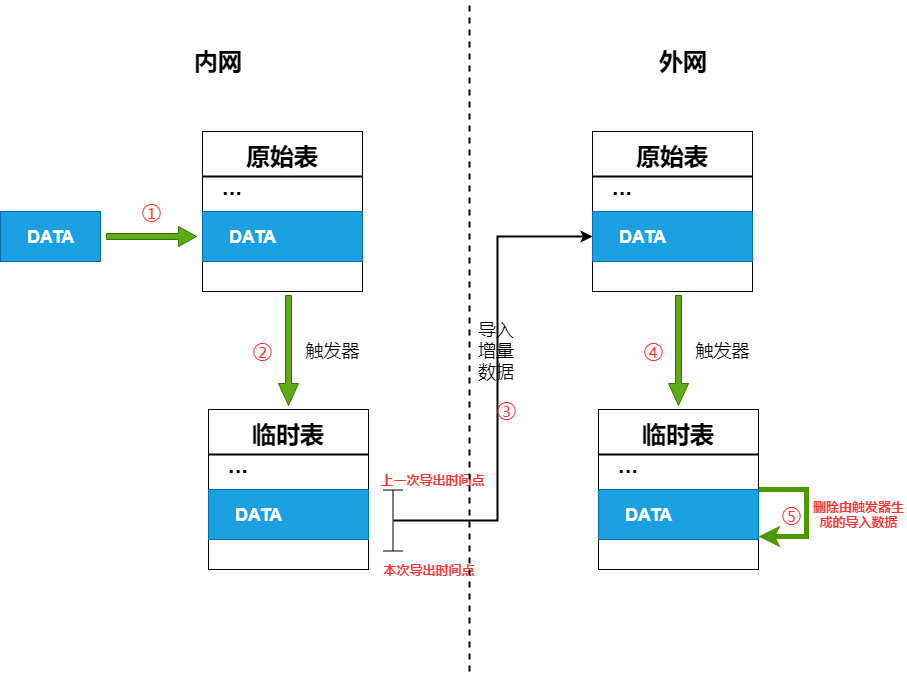
This is image/transfer/transfer-flow.png from marga8080/httpdoc, a draw.io export, as it was before one commit. Source tidied: cells renumbered, new cells last; positions are measured from the earlier drawing's top-left corner, leaving out a move shared by most shapes.
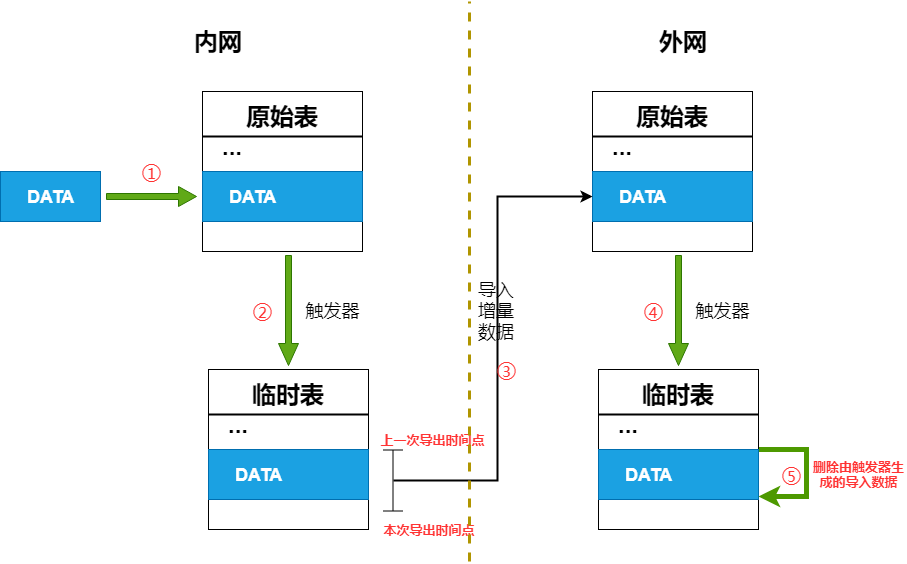
After the commit.

The edit, as a diff of the source:
```diff
@@ -121,17 +121,17 @@
     <mxCell id="39" value="删除由触发器生成的导入数据" style="text;html=1;strokeColor=none;fillColor=none;align=center;verticalAlign=middle;whiteSpace=wrap;rounded=0;labelBackgroundColor=none;fontSize=13;fontColor=#FF3333;fontStyle=1;" parent="1" vertex="1">
       <mxGeometry x="811" y="503" width="95" height="20" as="geometry" />
     </mxCell>
-    <mxCell id="40" style="endArrow=none;dashed=1;html=1;fontSize=12;fontColor=#000000;strokeWidth=2;" parent="1" edge="1">
+    <mxCell id="40" style="endArrow=none;dashed=1;html=1;fontSize=12;fontColor=#000000;strokeWidth=3;fillColor=#e3c800;strokeColor=#B09500;" parent="1" edge="1">
       <mxGeometry relative="1" as="geometry">
-        <mxPoint x="469" y="670" as="sourcePoint" />
-        <mxPoint x="469" as="targetPoint" />
+        <mxPoint x="469" y="600" as="sourcePoint" />
+        <mxPoint x="469" y="40" as="targetPoint" />
       </mxGeometry>
     </mxCell>
     <mxCell id="41" value="外网" style="text;strokeColor=none;fillColor=none;html=1;fontSize=24;fontStyle=1;verticalAlign=middle;align=center;labelBackgroundColor=none;" parent="1" vertex="1">
-      <mxGeometry x="633" y="40" width="100" height="40" as="geometry" />
+      <mxGeometry x="633" y="60" width="100" height="40" as="geometry" />
     </mxCell>
     <mxCell id="42" value="内网" style="text;strokeColor=none;fillColor=none;html=1;fontSize=24;fontStyle=1;verticalAlign=middle;align=center;labelBackgroundColor=none;" parent="1" vertex="1">
-      <mxGeometry x="168" y="40" width="100" height="40" as="geometry" />
+      <mxGeometry x="168" y="60" width="100" height="40" as="geometry" />
     </mxCell>
     <mxCell id="43" value="&lt;font style=&quot;font-size: 20px&quot;&gt;①&lt;/font&gt;" style="text;html=1;strokeColor=none;fillColor=none;align=center;verticalAlign=middle;whiteSpace=wrap;rounded=0;labelBackgroundColor=none;fontSize=13;fontColor=#FF3333;" parent="1" vertex="1">
       <mxGeometry x="131" y="200" width="40" height="20" as="geometry" />
```
